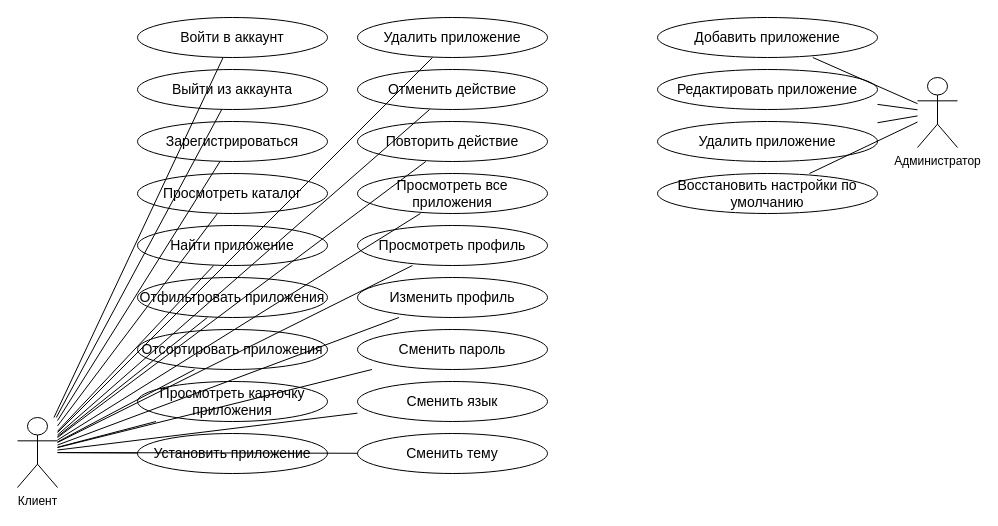
Earlier version of the draw.io diagram docs/UML/use_case.drawio (martim-x/AppStore). Source tidied: cells renumbered, new cells numbered last; positions are measured from the earlier drawing's top-left corner, leaving out a move shared by most shapes. Both pictures are drawn from the tidied source at 100%, with x=0, y=0 at pixel (17, 17).
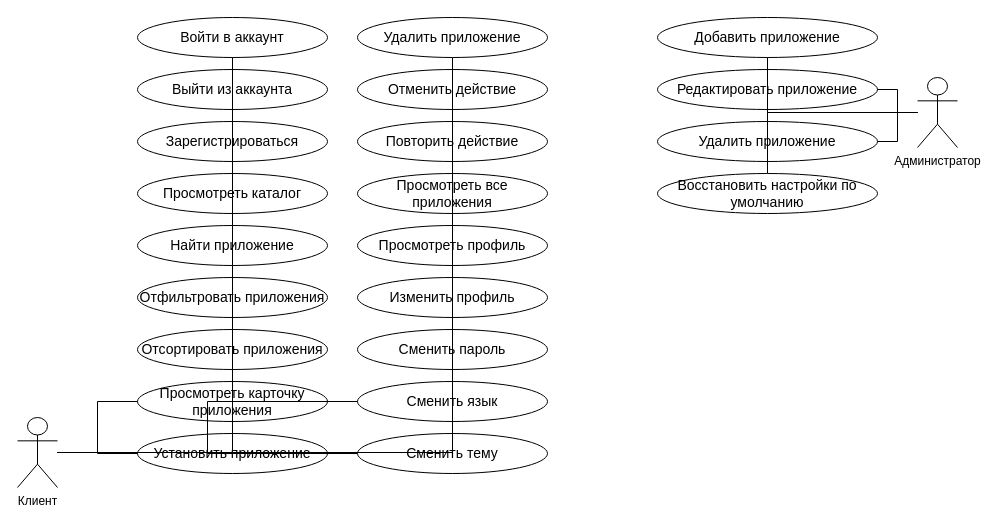
The same diagram, later.

The change refers to these unchanged cells:
```xml
<mxCell id="2" value="Клиент" style="shape=umlActor;verticalLabelPosition=bottom;verticalAlign=top;html=1;align=center;outlineConnect=0;fillColor=none;strokeColor=#000000;" parent="1" vertex="1">
  <mxGeometry y="400" width="40" height="70" as="geometry" />
</mxCell>
<mxCell id="3" value="Администратор" style="shape=umlActor;verticalLabelPosition=bottom;verticalAlign=top;html=1;align=center;outlineConnect=0;fillColor=none;strokeColor=#000000;" parent="1" vertex="1">
  <mxGeometry x="900" y="60" width="40" height="70" as="geometry" />
</mxCell>
<mxCell id="4" value="Войти в аккаунт" style="shape=ellipse;whiteSpace=wrap;html=1;fillColor=none;strokeColor=#000000;fontSize=14;" parent="1" vertex="1">
  <mxGeometry x="120" width="190" height="40" as="geometry" />
</mxCell>
<mxCell id="6" value="Выйти из аккаунта" style="shape=ellipse;whiteSpace=wrap;html=1;fillColor=none;strokeColor=#000000;fontSize=14;" parent="1" vertex="1">
  <mxGeometry x="120" y="52" width="190" height="40" as="geometry" />
</mxCell>
<mxCell id="8" value="Зарегистрироваться" style="shape=ellipse;whiteSpace=wrap;html=1;fillColor=none;strokeColor=#000000;fontSize=14;" parent="1" vertex="1">
  <mxGeometry x="120" y="104" width="190" height="40" as="geometry" />
</mxCell>
<mxCell id="10" value="Просмотреть каталог" style="shape=ellipse;whiteSpace=wrap;html=1;fillColor=none;strokeColor=#000000;fontSize=14;" parent="1" vertex="1">
  <mxGeometry x="120" y="156" width="190" height="40" as="geometry" />
</mxCell>
<mxCell id="12" value="Найти приложение" style="shape=ellipse;whiteSpace=wrap;html=1;fillColor=none;strokeColor=#000000;fontSize=14;" parent="1" vertex="1">
  <mxGeometry x="120" y="208" width="190" height="40" as="geometry" />
</mxCell>
<mxCell id="14" value="Отфильтровать приложения" style="shape=ellipse;whiteSpace=wrap;html=1;fillColor=none;strokeColor=#000000;fontSize=14;" parent="1" vertex="1">
  <mxGeometry x="120" y="260" width="190" height="40" as="geometry" />
</mxCell>
<mxCell id="16" value="Отсортировать приложения" style="shape=ellipse;whiteSpace=wrap;html=1;fillColor=none;strokeColor=#000000;fontSize=14;" parent="1" vertex="1">
  <mxGeometry x="120" y="312" width="190" height="40" as="geometry" />
</mxCell>
<mxCell id="18" value="Просмотреть карточку приложения" style="shape=ellipse;whiteSpace=wrap;html=1;fillColor=none;strokeColor=#000000;fontSize=14;" parent="1" vertex="1">
  <mxGeometry x="120" y="364" width="190" height="40" as="geometry" />
</mxCell>
<mxCell id="20" value="Установить приложение" style="shape=ellipse;whiteSpace=wrap;html=1;fillColor=none;strokeColor=#000000;fontSize=14;" parent="1" vertex="1">
  <mxGeometry x="120" y="416" width="190" height="40" as="geometry" />
</mxCell>
<mxCell id="22" value="Удалить приложение" style="shape=ellipse;whiteSpace=wrap;html=1;fillColor=none;strokeColor=#000000;fontSize=14;" parent="1" vertex="1">
  <mxGeometry x="340" width="190" height="40" as="geometry" />
</mxCell>
<mxCell id="24" value="Отменить действие" style="shape=ellipse;whiteSpace=wrap;html=1;fillColor=none;strokeColor=#000000;fontSize=14;" parent="1" vertex="1">
  <mxGeometry x="340" y="52" width="190" height="40" as="geometry" />
</mxCell>
<mxCell id="26" value="Повторить действие" style="shape=ellipse;whiteSpace=wrap;html=1;fillColor=none;strokeColor=#000000;fontSize=14;" parent="1" vertex="1">
  <mxGeometry x="340" y="104" width="190" height="40" as="geometry" />
</mxCell>
<mxCell id="28" value="Просмотреть все приложения" style="shape=ellipse;whiteSpace=wrap;html=1;fillColor=none;strokeColor=#000000;fontSize=14;" parent="1" vertex="1">
  <mxGeometry x="340" y="156" width="190" height="40" as="geometry" />
</mxCell>
<mxCell id="30" value="Просмотреть профиль" style="shape=ellipse;whiteSpace=wrap;html=1;fillColor=none;strokeColor=#000000;fontSize=14;" parent="1" vertex="1">
  <mxGeometry x="340" y="208" width="190" height="40" as="geometry" />
</mxCell>
<mxCell id="32" value="Изменить профиль" style="shape=ellipse;whiteSpace=wrap;html=1;fillColor=none;strokeColor=#000000;fontSize=14;" parent="1" vertex="1">
  <mxGeometry x="340" y="260" width="190" height="40" as="geometry" />
</mxCell>
<mxCell id="34" value="Сменить пароль" style="shape=ellipse;whiteSpace=wrap;html=1;fillColor=none;strokeColor=#000000;fontSize=14;" parent="1" vertex="1">
  <mxGeometry x="340" y="312" width="190" height="40" as="geometry" />
</mxCell>
<mxCell id="36" value="Сменить язык" style="shape=ellipse;whiteSpace=wrap;html=1;fillColor=none;strokeColor=#000000;fontSize=14;" parent="1" vertex="1">
  <mxGeometry x="340" y="364" width="190" height="40" as="geometry" />
</mxCell>
<mxCell id="38" value="Сменить тему" style="shape=ellipse;whiteSpace=wrap;html=1;fillColor=none;strokeColor=#000000;fontSize=14;" parent="1" vertex="1">
  <mxGeometry x="340" y="416" width="190" height="40" as="geometry" />
</mxCell>
<mxCell id="40" value="Добавить приложение" style="shape=ellipse;whiteSpace=wrap;html=1;fillColor=none;strokeColor=#000000;fontSize=14;" parent="1" vertex="1">
  <mxGeometry x="640" width="220" height="40" as="geometry" />
</mxCell>
<mxCell id="42" value="Редактировать приложение" style="shape=ellipse;whiteSpace=wrap;html=1;fillColor=none;strokeColor=#000000;fontSize=14;" parent="1" vertex="1">
  <mxGeometry x="640" y="52" width="220" height="40" as="geometry" />
</mxCell>
<mxCell id="44" value="Удалить приложение" style="shape=ellipse;whiteSpace=wrap;html=1;fillColor=none;strokeColor=#000000;fontSize=14;" parent="1" vertex="1">
  <mxGeometry x="640" y="104" width="220" height="40" as="geometry" />
</mxCell>
<mxCell id="46" value="Восстановить настройки по умолчанию" style="shape=ellipse;whiteSpace=wrap;html=1;fillColor=none;strokeColor=#000000;fontSize=14;" parent="1" vertex="1">
  <mxGeometry x="640" y="156" width="220" height="40" as="geometry" />
</mxCell>
```

The edit, as a diff of the source:
```diff
@@
-    <mxCell id="5" style="endArrow=none;html=1;rounded=0;" parent="1" edge="1" source="2" target="4">
+    <mxCell id="5" style="endArrow=none;html=1;rounded=0;edgeStyle=orthogonalEdgeStyle;" parent="1" edge="1" source="2" target="4">
       <mxGeometry relative="1" as="geometry" />
     </mxCell>
@@
-    <mxCell id="7" style="endArrow=none;html=1;rounded=0;" parent="1" edge="1" source="2" target="6">
+    <mxCell id="7" style="endArrow=none;html=1;rounded=0;edgeStyle=orthogonalEdgeStyle;" parent="1" edge="1" source="2" target="6">
       <mxGeometry relative="1" as="geometry" />
     </mxCell>
@@
-    <mxCell id="9" style="endArrow=none;html=1;rounded=0;" parent="1" edge="1" source="2" target="8">
+    <mxCell id="9" style="endArrow=none;html=1;rounded=0;edgeStyle=orthogonalEdgeStyle;" parent="1" edge="1" source="2" target="8">
       <mxGeometry relative="1" as="geometry" />
     </mxCell>
@@
-    <mxCell id="11" style="endArrow=none;html=1;rounded=0;" parent="1" edge="1" source="2" target="10">
+    <mxCell id="11" style="endArrow=none;html=1;rounded=0;edgeStyle=orthogonalEdgeStyle;" parent="1" edge="1" source="2" target="10">
       <mxGeometry relative="1" as="geometry" />
     </mxCell>
@@
-    <mxCell id="13" style="endArrow=none;html=1;rounded=0;" parent="1" edge="1" source="2" target="12">
+    <mxCell id="13" style="endArrow=none;html=1;rounded=0;edgeStyle=orthogonalEdgeStyle;" parent="1" edge="1" source="2" target="12">
       <mxGeometry relative="1" as="geometry" />
     </mxCell>
@@
-    <mxCell id="15" style="endArrow=none;html=1;rounded=0;" parent="1" edge="1" source="2" target="14">
+    <mxCell id="15" style="endArrow=none;html=1;rounded=0;edgeStyle=orthogonalEdgeStyle;" parent="1" edge="1" source="2" target="14">
       <mxGeometry relative="1" as="geometry" />
     </mxCell>
@@
-    <mxCell id="17" style="endArrow=none;html=1;rounded=0;" parent="1" edge="1" source="2" target="16">
+    <mxCell id="17" style="endArrow=none;html=1;rounded=0;edgeStyle=orthogonalEdgeStyle;" parent="1" edge="1" source="2" target="16">
       <mxGeometry relative="1" as="geometry" />
     </mxCell>
@@
-    <mxCell id="19" style="endArrow=none;html=1;rounded=0;" parent="1" edge="1" source="2" target="18">
+    <mxCell id="19" style="endArrow=none;html=1;rounded=0;edgeStyle=orthogonalEdgeStyle;" parent="1" edge="1" source="2" target="18">
       <mxGeometry relative="1" as="geometry" />
     </mxCell>
@@
-    <mxCell id="21" style="endArrow=none;html=1;rounded=0;" parent="1" edge="1" source="2" target="20">
+    <mxCell id="21" style="endArrow=none;html=1;rounded=0;edgeStyle=orthogonalEdgeStyle;" parent="1" edge="1" source="2" target="20">
       <mxGeometry relative="1" as="geometry" />
     </mxCell>
@@
-    <mxCell id="23" style="endArrow=none;html=1;rounded=0;" parent="1" edge="1" source="2" target="22">
+    <mxCell id="23" style="endArrow=none;html=1;rounded=0;edgeStyle=orthogonalEdgeStyle;" parent="1" edge="1" source="2" target="22">
       <mxGeometry relative="1" as="geometry" />
     </mxCell>
@@
-    <mxCell id="25" style="endArrow=none;html=1;rounded=0;" parent="1" edge="1" source="2" target="24">
+    <mxCell id="25" style="endArrow=none;html=1;rounded=0;edgeStyle=orthogonalEdgeStyle;" parent="1" edge="1" source="2" target="24">
       <mxGeometry relative="1" as="geometry" />
     </mxCell>
@@
-    <mxCell id="27" style="endArrow=none;html=1;rounded=0;" parent="1" edge="1" source="2" target="26">
+    <mxCell id="27" style="endArrow=none;html=1;rounded=0;edgeStyle=orthogonalEdgeStyle;" parent="1" edge="1" source="2" target="26">
       <mxGeometry relative="1" as="geometry" />
     </mxCell>
@@
-    <mxCell id="29" style="endArrow=none;html=1;rounded=0;" parent="1" edge="1" source="2" target="28">
+    <mxCell id="29" style="endArrow=none;html=1;rounded=0;edgeStyle=orthogonalEdgeStyle;" parent="1" edge="1" source="2" target="28">
       <mxGeometry relative="1" as="geometry" />
     </mxCell>
@@
-    <mxCell id="31" style="endArrow=none;html=1;rounded=0;" parent="1" edge="1" source="2" target="30">
+    <mxCell id="31" style="endArrow=none;html=1;rounded=0;edgeStyle=orthogonalEdgeStyle;" parent="1" edge="1" source="2" target="30">
       <mxGeometry relative="1" as="geometry" />
     </mxCell>
@@
-    <mxCell id="33" style="endArrow=none;html=1;rounded=0;" parent="1" edge="1" source="2" target="32">
+    <mxCell id="33" style="endArrow=none;html=1;rounded=0;edgeStyle=orthogonalEdgeStyle;" parent="1" edge="1" source="2" target="32">
       <mxGeometry relative="1" as="geometry" />
     </mxCell>
@@
-    <mxCell id="35" style="endArrow=none;html=1;rounded=0;" parent="1" edge="1" source="2" target="34">
+    <mxCell id="35" style="endArrow=none;html=1;rounded=0;edgeStyle=orthogonalEdgeStyle;" parent="1" edge="1" source="2" target="34">
       <mxGeometry relative="1" as="geometry" />
     </mxCell>
@@
-    <mxCell id="37" style="endArrow=none;html=1;rounded=0;" parent="1" edge="1" source="2" target="36">
+    <mxCell id="37" style="endArrow=none;html=1;rounded=0;edgeStyle=orthogonalEdgeStyle;" parent="1" edge="1" source="2" target="36">
       <mxGeometry relative="1" as="geometry" />
     </mxCell>
@@
-    <mxCell id="39" style="endArrow=none;html=1;rounded=0;" parent="1" edge="1" source="2" target="38">
+    <mxCell id="39" style="endArrow=none;html=1;rounded=0;edgeStyle=orthogonalEdgeStyle;" parent="1" edge="1" source="2" target="38">
       <mxGeometry relative="1" as="geometry" />
     </mxCell>
@@
-    <mxCell id="41" style="endArrow=none;html=1;rounded=0;" parent="1" edge="1" source="3" target="40">
+    <mxCell id="41" style="endArrow=none;html=1;rounded=0;edgeStyle=orthogonalEdgeStyle;" parent="1" edge="1" source="3" target="40">
       <mxGeometry relative="1" as="geometry" />
     </mxCell>
@@
-    <mxCell id="43" style="endArrow=none;html=1;rounded=0;" parent="1" edge="1" source="3" target="42">
+    <mxCell id="43" style="endArrow=none;html=1;rounded=0;edgeStyle=orthogonalEdgeStyle;" parent="1" edge="1" source="3" target="42">
       <mxGeometry relative="1" as="geometry" />
     </mxCell>
@@
-    <mxCell id="45" style="endArrow=none;html=1;rounded=0;" parent="1" edge="1" source="3" target="44">
+    <mxCell id="45" style="endArrow=none;html=1;rounded=0;edgeStyle=orthogonalEdgeStyle;" parent="1" edge="1" source="3" target="44">
       <mxGeometry relative="1" as="geometry" />
     </mxCell>
@@
-    <mxCell id="47" style="endArrow=none;html=1;rounded=0;" parent="1" edge="1" source="3" target="46">
+    <mxCell id="47" style="endArrow=none;html=1;rounded=0;edgeStyle=orthogonalEdgeStyle;" parent="1" edge="1" source="3" target="46">
       <mxGeometry relative="1" as="geometry" />
     </mxCell>
```
